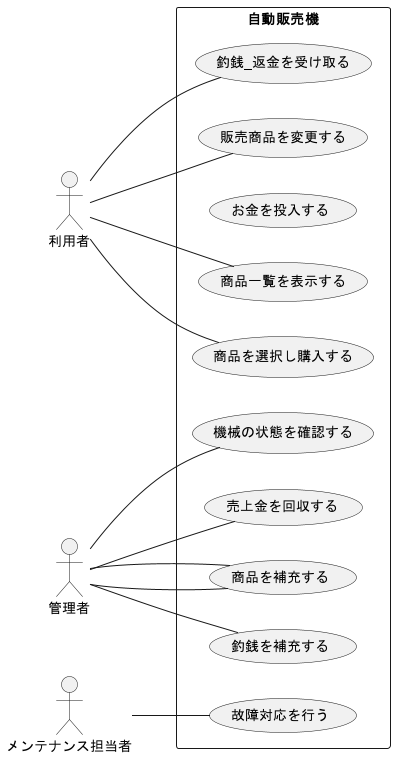
Before: ユースケース図/自動販売機_ユースケース図_レビュー後.png, a diagram exported from PlantUML (masaki-kato-119/VendingMachine).
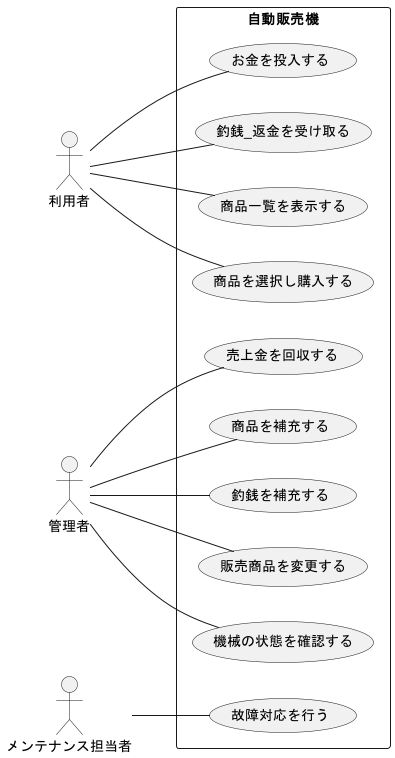
After the commit.

Change to the diagram source:
```diff
@@ -21,12 +21,12 @@
 
 利用者 -- UC1
 利用者 -- UC2
-利用者 -- UC8
+利用者 -- UC3
+管理者 -- UC8
 利用者 -- UC4
 管理者 -- UC5
 管理者 -- UC6
 管理者 -- UC7
-管理者 -- UC6
 
 メンテナンス担当者 -- UC9
 管理者 -- UC10
```
